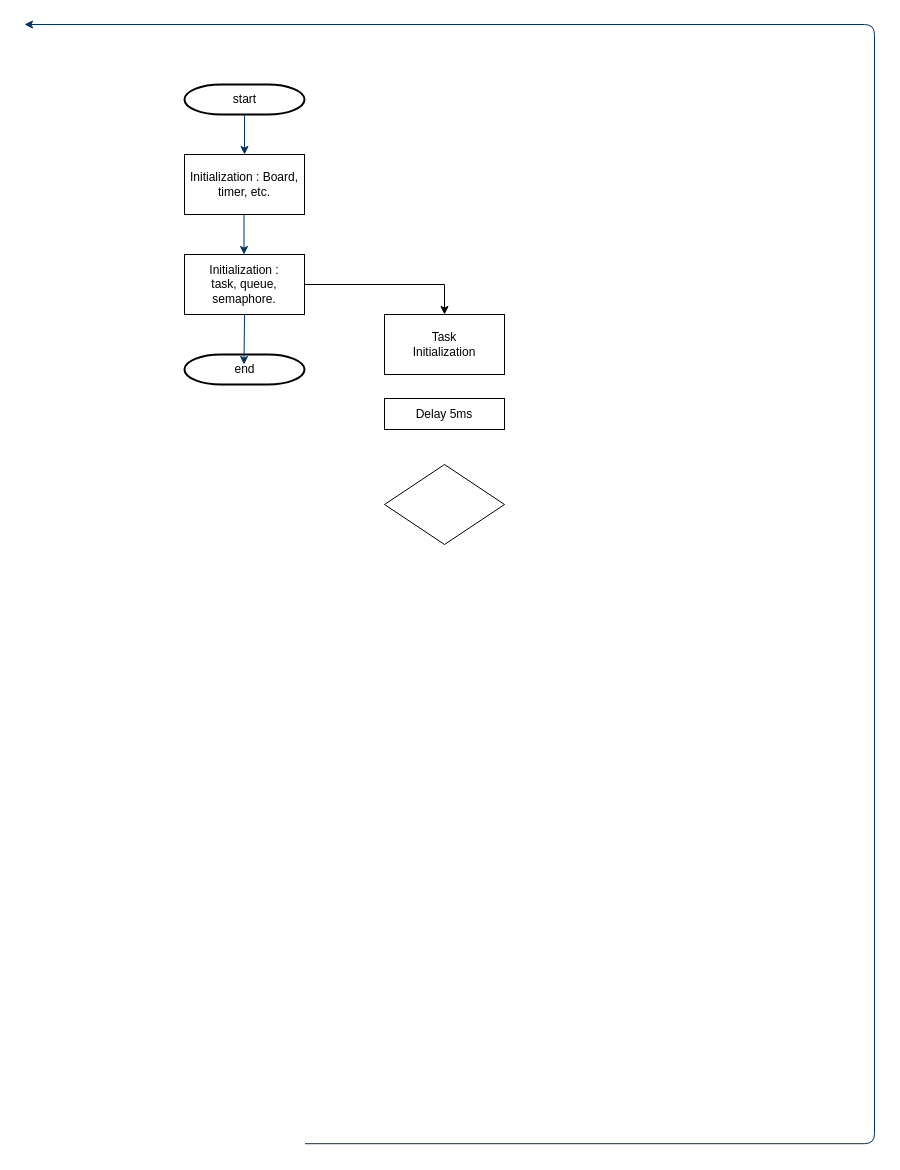
Earlier version of the draw.io diagram EABS/Document_Pack/ASDD/Tasks/FieldSignalTask/FieldSignalTask_FlowChart06.drawio (chillin2/MyDraw.io). Source tidied: cells renumbered, new cells numbered last; positions are measured from the earlier drawing's top-left corner, leaving out a move shared by most shapes. Both pictures are drawn from the tidied source at 100%, with x=0, y=0 at pixel (24, 24).
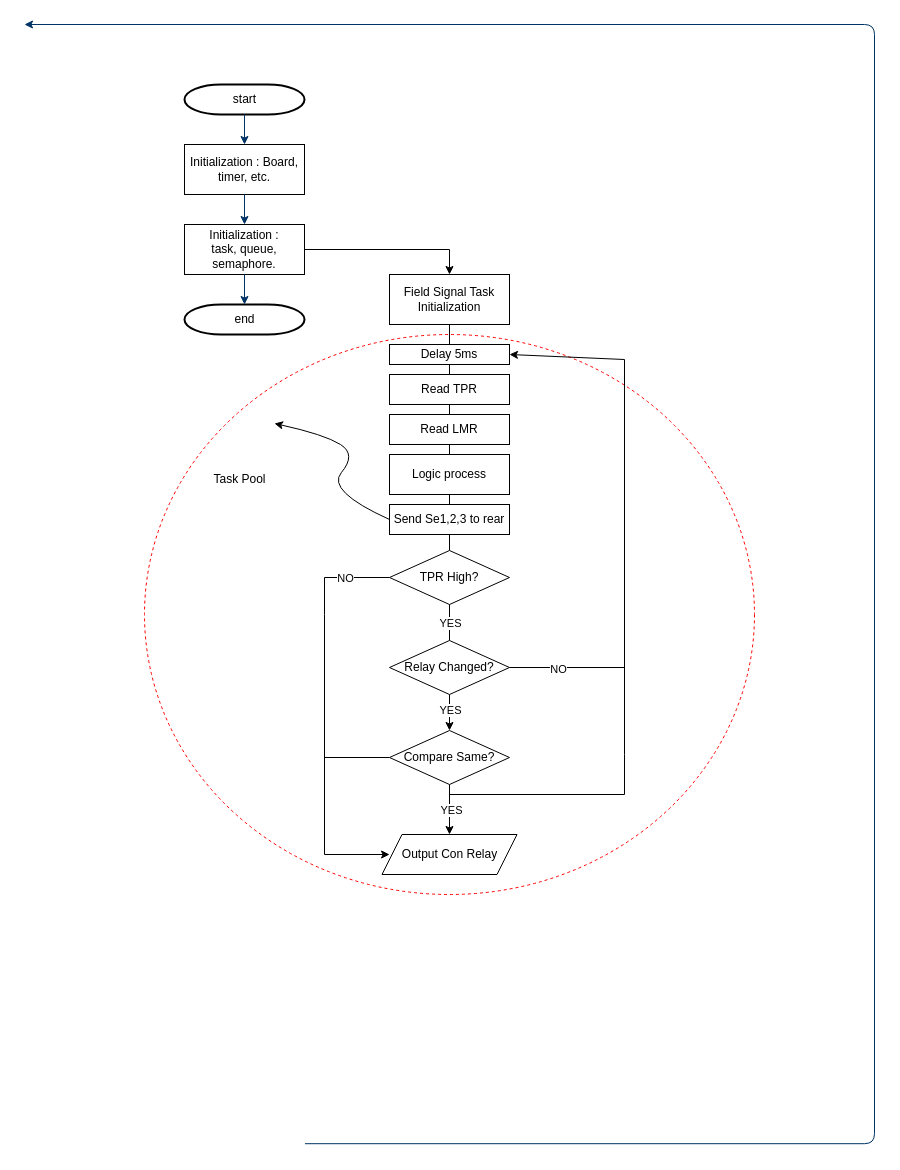
The same diagram, later.

The change refers to these unchanged cells:
```xml
<mxCell id="2" value="start" style="shape=mxgraph.flowchart.terminator;strokeWidth=2;gradientColor=none;gradientDirection=north;fontStyle=0;html=1;" parent="1" vertex="1">
  <mxGeometry x="160" y="60" width="120" height="30" as="geometry" />
</mxCell>
```

The edit, as a diff of the source:
```diff
@@
+    <mxCell id="14" style="ellipse;whiteSpace=wrap;html=1;dashed=1;strokeColor=#ff0000;" parent="1" vertex="1">
+      <mxGeometry x="120" y="310" width="610" height="560" as="geometry" />
+    </mxCell>
@@
-    <mxCell id="3" style="fontStyle=1;strokeColor=#003366;strokeWidth=1;html=1;" parent="1" edge="1" source="2">
-      <mxGeometry relative="1" as="geometry">
-        <mxPoint x="220" y="130" as="targetPoint" />
-      </mxGeometry>
+    <mxCell id="3" style="fontStyle=1;strokeColor=#003366;strokeWidth=1;html=1;entryX=0.5;entryY=0;entryDx=0;entryDy=0;exitX=0.5;exitY=1;exitDx=0;exitDy=0;exitPerimeter=0;" parent="1" edge="1" source="2" target="6">
+      <mxGeometry relative="1" as="geometry" />
     </mxCell>
     <mxCell id="4" value="end" style="shape=mxgraph.flowchart.terminator;strokeWidth=2;gradientColor=none;gradientDirection=north;fontStyle=0;html=1;" parent="1" vertex="1">
-      <mxGeometry x="160" y="330" width="120" height="30" as="geometry" />
+      <mxGeometry x="160" y="280" width="120" height="30" as="geometry" />
     </mxCell>
@@
     <mxCell id="6" value="Initialization : Board, timer, etc." style="rounded=0;whiteSpace=wrap;html=1;" parent="1" vertex="1">
-      <mxGeometry x="160" y="130" width="120" height="60" as="geometry" />
+      <mxGeometry x="160" y="120" width="120" height="50" as="geometry" />
     </mxCell>
     <mxCell id="7" value="Initialization : &lt;br&gt;task, queue, semaphore." style="rounded=0;whiteSpace=wrap;html=1;" parent="1" vertex="1">
-      <mxGeometry x="160" y="230" width="120" height="60" as="geometry" />
+      <mxGeometry x="160" y="200" width="120" height="50" as="geometry" />
     </mxCell>
-    <mxCell id="8" style="fontStyle=1;strokeColor=#003366;strokeWidth=1;html=1;" parent="1" edge="1">
-      <mxGeometry relative="1" as="geometry">
-        <mxPoint x="219.5" y="190" as="sourcePoint" />
-        <mxPoint x="219.5" y="230" as="targetPoint" />
-      </mxGeometry>
+    <mxCell id="8" style="fontStyle=1;strokeColor=#003366;strokeWidth=1;html=1;entryX=0.5;entryY=0;entryDx=0;entryDy=0;" parent="1" edge="1" source="6" target="7">
+      <mxGeometry relative="1" as="geometry" />
     </mxCell>
-    <mxCell id="9" style="fontStyle=1;strokeColor=#003366;strokeWidth=1;html=1;exitX=0.5;exitY=1;exitDx=0;exitDy=0;" parent="1" edge="1" source="7">
-      <mxGeometry relative="1" as="geometry">
-        <mxPoint x="219.5" y="340" as="targetPoint" />
-      </mxGeometry>
+    <mxCell id="9" style="fontStyle=1;strokeColor=#003366;strokeWidth=1;html=1;exitX=0.5;exitY=1;exitDx=0;exitDy=0;entryX=0.5;entryY=0;entryDx=0;entryDy=0;entryPerimeter=0;" parent="1" edge="1" source="7" target="4">
+      <mxGeometry relative="1" as="geometry" />
     </mxCell>
-    <mxCell id="10" style="endArrow=classic;html=1;rounded=0;exitX=1;exitY=0.5;exitDx=0;exitDy=0;" parent="1" edge="1" source="7">
+    <mxCell id="10" style="endArrow=classic;html=1;rounded=0;exitX=1;exitY=0.5;exitDx=0;exitDy=0;entryX=0.5;entryY=0;entryDx=0;entryDy=0;" parent="1" edge="1" source="7" target="11">
       <mxGeometry relative="1" as="geometry">
-        <mxPoint x="420" y="290" as="targetPoint" />
         <Array as="points">
-          <mxPoint x="420" y="260" />
+          <mxPoint x="425" y="225" />
         </Array>
       </mxGeometry>
     </mxCell>
-    <mxCell id="11" value="Task&lt;br&gt;Initialization" style="rounded=0;whiteSpace=wrap;html=1;" parent="1" vertex="1">
-      <mxGeometry x="360" y="290" width="120" height="60" as="geometry" />
+    <mxCell id="11" value="Field Signal Task&lt;br&gt;Initialization" style="rounded=0;whiteSpace=wrap;html=1;" parent="1" vertex="1">
+      <mxGeometry x="365" y="250" width="120" height="50" as="geometry" />
     </mxCell>
     <mxCell id="12" value="Delay 5ms" style="rounded=0;whiteSpace=wrap;html=1;" parent="1" vertex="1">
-      <mxGeometry x="360" y="374" width="120" height="31" as="geometry" />
+      <mxGeometry x="365" y="320" width="120" height="20" as="geometry" />
     </mxCell>
-    <mxCell id="13" style="rhombus;whiteSpace=wrap;html=1;" parent="1" vertex="1">
-      <mxGeometry x="360" y="440" width="120" height="80" as="geometry" />
+    <mxCell id="13" value="TPR High?" style="rhombus;whiteSpace=wrap;html=1;" parent="1" vertex="1">
+      <mxGeometry x="365" y="526" width="120" height="54" as="geometry" />
     </mxCell>
+    <mxCell id="15" value="Read TPR" style="rounded=0;whiteSpace=wrap;html=1;" parent="1" vertex="1">
+      <mxGeometry x="365" y="350" width="120" height="30" as="geometry" />
+    </mxCell>
+    <mxCell id="16" value="Read LMR" style="rounded=0;whiteSpace=wrap;html=1;" parent="1" vertex="1">
+      <mxGeometry x="365" y="390" width="120" height="30" as="geometry" />
+    </mxCell>
+    <mxCell id="17" value="Relay Changed?" style="rhombus;whiteSpace=wrap;html=1;" parent="1" vertex="1">
+      <mxGeometry x="365" y="616" width="120" height="54" as="geometry" />
+    </mxCell>
+    <mxCell id="18" style="endArrow=classic;html=1;rounded=0;exitX=0;exitY=0.5;exitDx=0;exitDy=0;entryX=0.056;entryY=0.5;entryDx=0;entryDy=0;entryPerimeter=0;" parent="1" edge="1" source="13" target="38">
+      <mxGeometry relative="1" as="geometry">
+        <Array as="points">
+          <mxPoint x="300" y="553" />
+          <mxPoint x="300" y="590" />
+          <mxPoint x="300" y="830" />
+        </Array>
+      </mxGeometry>
+    </mxCell>
+    <mxCell id="19" value="NO" style="edgeLabel;html=1;align=center;verticalAlign=middle;" parent="18" vertex="1">
+      <mxGeometry x="-0.78" relative="1" as="geometry" />
+    </mxCell>
+    <mxCell id="20" style="endArrow=classic;html=1;rounded=0;exitX=0.5;exitY=1;exitDx=0;exitDy=0;entryX=0.5;entryY=0;entryDx=0;entryDy=0;" parent="1" edge="1" source="17" target="32">
+      <mxGeometry relative="1" as="geometry" />
+    </mxCell>
+    <mxCell id="21" value="YES" style="edgeLabel;html=1;align=center;verticalAlign=middle;" parent="20" vertex="1">
+      <mxGeometry y="1" relative="1" as="geometry">
+        <mxPoint x="-1" y="-3" as="offset" />
+      </mxGeometry>
+    </mxCell>
+    <mxCell id="22" style="endArrow=none;html=1;rounded=0;exitX=0.5;exitY=1;exitDx=0;exitDy=0;" parent="1" edge="1" source="13" target="17">
+      <mxGeometry relative="1" as="geometry" />
+    </mxCell>
+    <mxCell id="23" value="YES" style="edgeLabel;html=1;align=center;verticalAlign=middle;" parent="22" vertex="1">
+      <mxGeometry x="0.1" relative="1" as="geometry">
+        <mxPoint y="-2" as="offset" />
+      </mxGeometry>
+    </mxCell>
+    <mxCell id="24" style="endArrow=classic;html=1;rounded=0;entryX=1;entryY=0.5;entryDx=0;entryDy=0;" parent="1" edge="1" target="12">
+      <mxGeometry relative="1" as="geometry">
+        <mxPoint x="425" y="770" as="sourcePoint" />
+        <Array as="points">
+          <mxPoint x="600" y="770" />
+          <mxPoint x="600" y="730" />
+          <mxPoint x="600" y="335" />
+        </Array>
+      </mxGeometry>
+    </mxCell>
+    <mxCell id="25" style="endArrow=none;html=1;rounded=0;exitX=1;exitY=0.5;exitDx=0;exitDy=0;" parent="1" edge="1" source="17">
+      <mxGeometry relative="1" as="geometry">
+        <mxPoint x="600" y="643" as="targetPoint" />
+      </mxGeometry>
+    </mxCell>
+    <mxCell id="26" value="NO" style="edgeLabel;html=1;align=center;verticalAlign=middle;" parent="25" vertex="1">
+      <mxGeometry x="-0.16" y="-1" relative="1" as="geometry" />
+    </mxCell>
+    <mxCell id="27" style="endArrow=none;html=1;rounded=0;exitX=0.5;exitY=0;exitDx=0;exitDy=0;entryX=0.5;entryY=1;entryDx=0;entryDy=0;" parent="1" edge="1" source="13" target="16">
+      <mxGeometry relative="1" as="geometry" />
+    </mxCell>
+    <mxCell id="28" style="endArrow=none;html=1;rounded=0;exitX=0.5;exitY=0;exitDx=0;exitDy=0;entryX=0.5;entryY=1;entryDx=0;entryDy=0;" parent="1" edge="1" source="16" target="15">
+      <mxGeometry relative="1" as="geometry" />
+    </mxCell>
+    <mxCell id="29" style="endArrow=none;html=1;rounded=0;exitX=0.5;exitY=0;exitDx=0;exitDy=0;entryX=0.5;entryY=1;entryDx=0;entryDy=0;" parent="1" edge="1" source="15" target="12">
+      <mxGeometry relative="1" as="geometry" />
+    </mxCell>
+    <mxCell id="30" style="endArrow=none;html=1;rounded=0;exitX=0.5;exitY=0;exitDx=0;exitDy=0;entryX=0.5;entryY=1;entryDx=0;entryDy=0;" parent="1" edge="1" source="12" target="11">
+      <mxGeometry relative="1" as="geometry" />
+    </mxCell>
+    <mxCell id="31" value="Task Pool" style="text;html=1;align=center;verticalAlign=middle;strokeColor=none;fillColor=none;" parent="1" vertex="1">
+      <mxGeometry x="175" y="440" width="80" height="30" as="geometry" />
+    </mxCell>
+    <mxCell id="32" value="Compare Same?" style="rhombus;whiteSpace=wrap;html=1;" parent="1" vertex="1">
+      <mxGeometry x="365" y="706" width="120" height="54" as="geometry" />
+    </mxCell>
+    <mxCell id="33" style="endArrow=classic;html=1;rounded=0;exitX=0.5;exitY=1;exitDx=0;exitDy=0;entryX=0.5;entryY=0;entryDx=0;entryDy=0;" parent="1" edge="1" source="32">
+      <mxGeometry relative="1" as="geometry">
+        <mxPoint x="425" y="810" as="targetPoint" />
+      </mxGeometry>
+    </mxCell>
+    <mxCell id="34" value="YES" style="edgeLabel;html=1;align=center;verticalAlign=middle;" parent="33" vertex="1">
+      <mxGeometry y="1" relative="1" as="geometry" />
+    </mxCell>
+    <mxCell id="35" style="endArrow=none;html=1;rounded=0;entryX=0;entryY=0.5;entryDx=0;entryDy=0;" parent="1" edge="1" target="32">
+      <mxGeometry relative="1" as="geometry">
+        <mxPoint x="300" y="733" as="sourcePoint" />
+      </mxGeometry>
+    </mxCell>
+    <mxCell id="36" value="Send Se1,2,3 to rear" style="rounded=0;whiteSpace=wrap;html=1;" parent="1" vertex="1">
+      <mxGeometry x="365" y="480" width="120" height="30" as="geometry" />
+    </mxCell>
+    <mxCell id="37" style="curved=1;endArrow=classic;html=1;rounded=0;exitX=0;exitY=0.5;exitDx=0;exitDy=0;" parent="1" edge="1" source="36">
+      <mxGeometry relative="1" as="geometry">
+        <mxPoint x="250" y="399" as="targetPoint" />
+        <Array as="points">
+          <mxPoint x="301.6" y="466.3" />
+          <mxPoint x="332" y="430" />
+          <mxPoint x="300" y="410" />
+        </Array>
+      </mxGeometry>
+    </mxCell>
+    <mxCell id="38" value="Output Con Relay" style="shape=parallelogram;perimeter=parallelogramPerimeter;whiteSpace=wrap;html=1;fixedSize=1;" parent="1" vertex="1">
+      <mxGeometry x="357.5" y="810" width="135" height="40" as="geometry" />
+    </mxCell>
+    <mxCell id="39" value="Logic process" style="rounded=0;whiteSpace=wrap;html=1;" parent="1" vertex="1">
+      <mxGeometry x="365" y="430" width="120" height="40" as="geometry" />
+    </mxCell>
```
